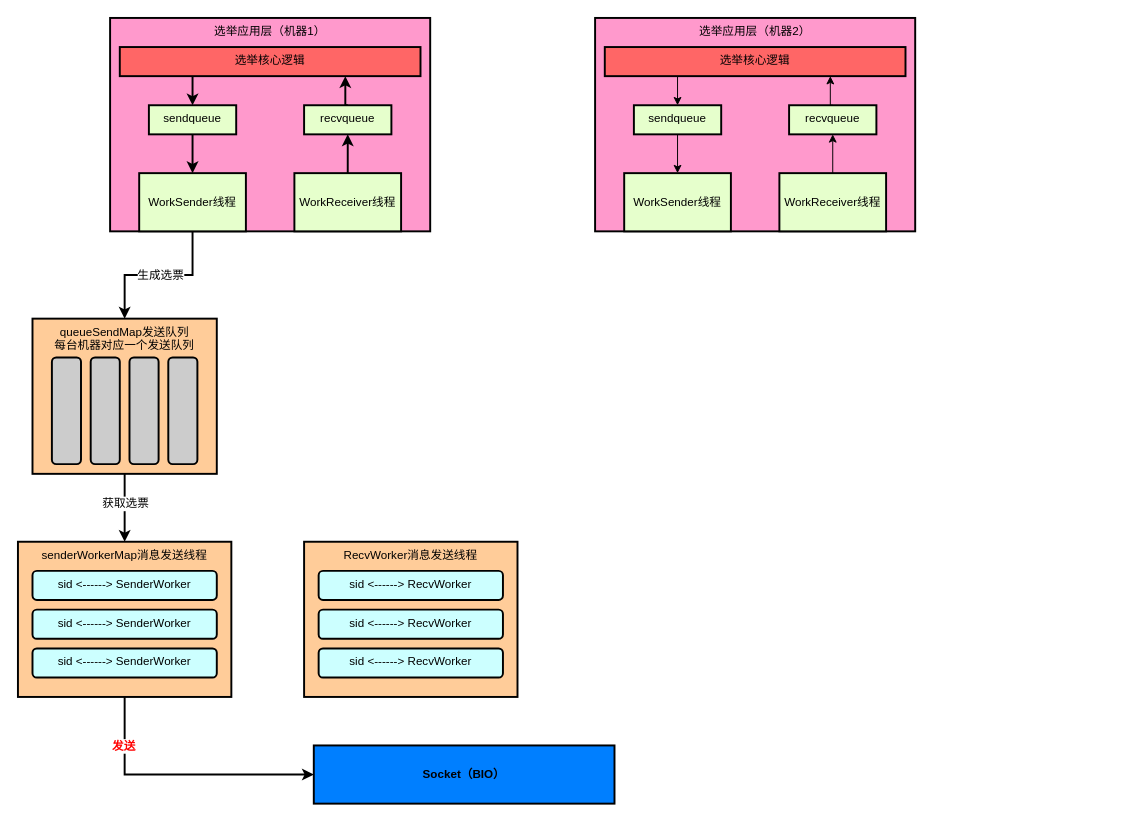
Before: page "leader选举多层队列架构" (2 of 2) of zookeeper/Zookeeper.drawio in LiHuiBin1995/study-java, a draw.io diagram. Source tidied: cells renumbered, new cells numbered last; positions are measured from the earlier drawing's top-left corner, leaving out a move shared by most shapes. Both pictures are drawn from the tidied source at 97%, with x=0, y=0 at pixel (17, 17).
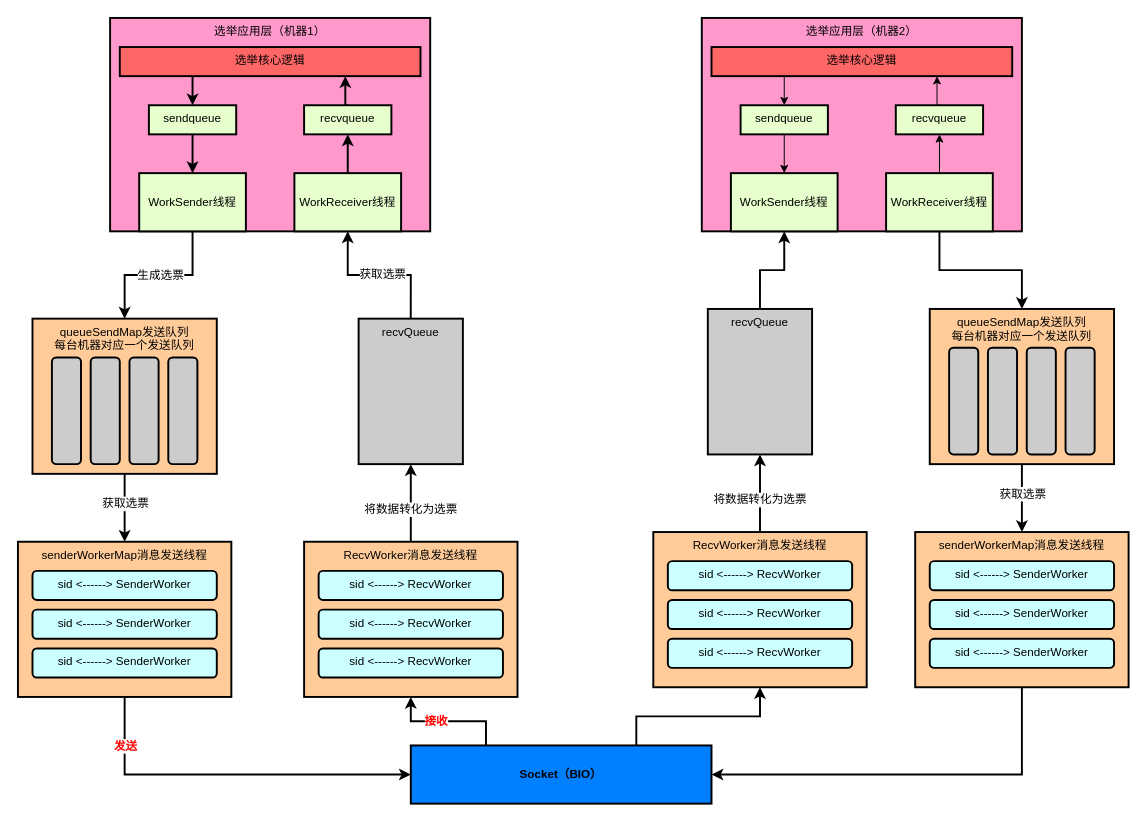
Above is the later version.

The change refers to these unchanged cells:
```xml
<mxCell id="13" value="WorkReceiver线程" style="rounded=0;whiteSpace=wrap;html=1;fontSize=12;strokeWidth=2;fillColor=#E6FFCC;align=center;verticalAlign=middle;" parent="1" vertex="1">
  <mxGeometry x="285" y="160" width="110" height="60" as="geometry" />
</mxCell>
<mxCell id="31" style="edgeStyle=orthogonalEdgeStyle;rounded=0;jettySize=auto;html=1;exitX=0.5;exitY=1;exitDx=0;exitDy=0;entryX=0;entryY=0.5;entryDx=0;entryDy=0;fontSize=12;strokeWidth=2;" parent="1" edge="1" source="33" target="37">
  <mxGeometry relative="1" as="geometry" />
</mxCell>
<mxCell id="38" value="RecvWorker消息发送线程" style="rounded=0;whiteSpace=wrap;html=1;fontSize=12;strokeWidth=2;fillColor=#FFCC99;align=center;verticalAlign=top;" parent="1" vertex="1">
  <mxGeometry x="295" y="540" width="220" height="160" as="geometry" />
</mxCell>
```

Diff of the diagram source:
```diff
@@
     <mxCell id="14" value="选举应用层（机器2）" style="rounded=0;whiteSpace=wrap;html=1;fontSize=12;align=center;verticalAlign=top;fillColor=#FF99CC;strokeWidth=2;" parent="1" vertex="1">
-      <mxGeometry x="595" width="330" height="220" as="geometry" />
+      <mxGeometry x="705" width="330" height="220" as="geometry" />
     </mxCell>
@@
     <mxCell id="16" value="选举核心逻辑" style="rounded=0;whiteSpace=wrap;html=1;fontSize=12;strokeWidth=2;fillColor=#FF6666;align=center;verticalAlign=top;" parent="1" vertex="1">
-      <mxGeometry x="605" y="30" width="310" height="30" as="geometry" />
+      <mxGeometry x="715" y="30" width="310" height="30" as="geometry" />
     </mxCell>
@@
     <mxCell id="18" value="sendqueue" style="rounded=0;whiteSpace=wrap;html=1;fontSize=12;strokeWidth=2;fillColor=#E6FFCC;align=center;verticalAlign=top;" parent="1" vertex="1">
-      <mxGeometry x="635" y="90" width="90" height="30" as="geometry" />
+      <mxGeometry x="745" y="90" width="90" height="30" as="geometry" />
     </mxCell>
@@
     <mxCell id="20" value="recvqueue" style="rounded=0;whiteSpace=wrap;html=1;fontSize=12;strokeWidth=2;fillColor=#E6FFCC;align=center;verticalAlign=top;" parent="1" vertex="1">
-      <mxGeometry x="795" y="90" width="90" height="30" as="geometry" />
+      <mxGeometry x="905" y="90" width="90" height="30" as="geometry" />
     </mxCell>
     <mxCell id="21" value="WorkSender线程" style="rounded=0;whiteSpace=wrap;html=1;fontSize=12;strokeWidth=2;fillColor=#E6FFCC;align=center;verticalAlign=middle;" parent="1" vertex="1">
-      <mxGeometry x="625" y="160" width="110" height="60" as="geometry" />
+      <mxGeometry x="735" y="160" width="110" height="60" as="geometry" />
     </mxCell>
@@
+    <mxCell id="42" style="edgeStyle=orthogonalEdgeStyle;rounded=0;jettySize=auto;html=1;exitX=0.5;exitY=1;exitDx=0;exitDy=0;entryX=0.5;entryY=0;entryDx=0;entryDy=0;fontSize=12;fontColor=#000000;strokeWidth=2;" parent="1" edge="1" source="23" target="53">
+      <mxGeometry relative="1" as="geometry" />
+    </mxCell>
     <mxCell id="23" value="WorkReceiver线程" style="rounded=0;whiteSpace=wrap;html=1;fontSize=12;strokeWidth=2;fillColor=#E6FFCC;align=center;verticalAlign=middle;" parent="1" vertex="1">
-      <mxGeometry x="785" y="160" width="110" height="60" as="geometry" />
+      <mxGeometry x="895" y="160" width="110" height="60" as="geometry" />
     </mxCell>
@@
     <mxCell id="32" value="发送" style="edgeLabel;html=1;align=center;verticalAlign=middle;fontSize=12;fontColor=#FF0000;fontStyle=1;" parent="31" vertex="1">
-      <mxGeometry x="-0.64" y="-2" relative="1" as="geometry" />
+      <mxGeometry x="-0.64" y="-2" relative="1" as="geometry">
+        <mxPoint x="2" y="-18" as="offset" />
+      </mxGeometry>
     </mxCell>
@@
+    <mxCell id="43" style="edgeStyle=orthogonalEdgeStyle;rounded=0;jettySize=auto;html=1;exitX=0.25;exitY=0;exitDx=0;exitDy=0;entryX=0.5;entryY=1;entryDx=0;entryDy=0;fontSize=12;fontColor=#FF0000;strokeWidth=2;" parent="1" edge="1" source="37" target="38">
+      <mxGeometry relative="1" as="geometry" />
+    </mxCell>
+    <mxCell id="44" value="接收" style="edgeLabel;html=1;align=center;verticalAlign=middle;fontSize=12;fontColor=#FF0000;fontStyle=1;" parent="43" vertex="1">
+      <mxGeometry x="0.2" y="-1" relative="1" as="geometry" />
+    </mxCell>
+    <mxCell id="45" style="edgeStyle=orthogonalEdgeStyle;rounded=0;jettySize=auto;html=1;exitX=0.75;exitY=0;exitDx=0;exitDy=0;entryX=0.5;entryY=1;entryDx=0;entryDy=0;fontSize=12;fontColor=#000000;strokeWidth=2;" parent="1" edge="1" source="37" target="65">
+      <mxGeometry relative="1" as="geometry" />
+    </mxCell>
     <mxCell id="37" value="&lt;b&gt;Socket（BIO）&lt;/b&gt;" style="rounded=0;whiteSpace=wrap;html=1;fontSize=12;strokeWidth=2;fillColor=#007FFF;align=center;verticalAlign=middle;fontStyle=0;" parent="1" vertex="1">
-      <mxGeometry x="305" y="750" width="310" height="60" as="geometry" />
+      <mxGeometry x="405" y="750" width="310" height="60" as="geometry" />
     </mxCell>
+    <mxCell id="46" style="edgeStyle=orthogonalEdgeStyle;rounded=0;jettySize=auto;html=1;fontSize=12;fontColor=#FF0000;strokeWidth=2;" parent="1" edge="1" source="38" target="50">
+      <mxGeometry relative="1" as="geometry" />
+    </mxCell>
+    <mxCell id="47" value="将数据转化为选票" style="edgeLabel;html=1;align=center;verticalAlign=middle;fontSize=12;fontColor=#000000;" parent="46" vertex="1">
+      <mxGeometry x="-0.15" y="1" relative="1" as="geometry" />
+    </mxCell>
@@
+    <mxCell id="48" style="edgeStyle=orthogonalEdgeStyle;rounded=0;jettySize=auto;html=1;exitX=0.5;exitY=0;exitDx=0;exitDy=0;entryX=0.5;entryY=1;entryDx=0;entryDy=0;fontSize=12;fontColor=#000000;strokeWidth=2;" parent="1" edge="1" source="50" target="13">
+      <mxGeometry relative="1" as="geometry" />
+    </mxCell>
+    <mxCell id="49" value="获取选票" style="edgeLabel;html=1;align=center;verticalAlign=middle;fontSize=12;fontColor=#000000;" parent="48" vertex="1">
+      <mxGeometry x="0.08" y="-1" relative="1" as="geometry">
+        <mxPoint x="9" as="offset" />
+      </mxGeometry>
+    </mxCell>
+    <mxCell id="50" value="recvQueue" style="rounded=0;whiteSpace=wrap;html=1;fontSize=12;strokeWidth=2;fillColor=#CCCCCC;align=center;verticalAlign=top;" parent="1" vertex="1">
+      <mxGeometry x="351.2" y="310" width="107.5" height="150" as="geometry" />
+    </mxCell>
+    <mxCell id="51" style="edgeStyle=orthogonalEdgeStyle;rounded=0;jettySize=auto;html=1;fontSize=12;strokeWidth=2;" parent="1" edge="1" source="53" target="59">
+      <mxGeometry relative="1" as="geometry" />
+    </mxCell>
+    <mxCell id="52" value="获取选票" style="edgeLabel;html=1;align=center;verticalAlign=middle;fontSize=12;" parent="51" vertex="1">
+      <mxGeometry x="-0.14" relative="1" as="geometry" />
+    </mxCell>
+    <mxCell id="53" value="queueSendMap发送队列&lt;br&gt;每台机器对应一个发送队列" style="rounded=0;whiteSpace=wrap;html=1;fontSize=12;strokeWidth=2;fillColor=#FFCC99;align=center;verticalAlign=top;" parent="1" vertex="1">
+      <mxGeometry x="940" y="300" width="190" height="160" as="geometry" />
+    </mxCell>
+    <mxCell id="54" style="rounded=1;whiteSpace=wrap;html=1;fontSize=12;strokeWidth=2;fillColor=#CCCCCC;align=center;verticalAlign=top;" parent="1" vertex="1">
+      <mxGeometry x="960" y="340" width="30" height="110" as="geometry" />
+    </mxCell>
+    <mxCell id="55" style="rounded=1;whiteSpace=wrap;html=1;fontSize=12;strokeWidth=2;fillColor=#CCCCCC;align=center;verticalAlign=top;" parent="1" vertex="1">
+      <mxGeometry x="1000" y="340" width="30" height="110" as="geometry" />
+    </mxCell>
+    <mxCell id="56" style="rounded=1;whiteSpace=wrap;html=1;fontSize=12;strokeWidth=2;fillColor=#CCCCCC;align=center;verticalAlign=top;" parent="1" vertex="1">
+      <mxGeometry x="1040" y="340" width="30" height="110" as="geometry" />
+    </mxCell>
+    <mxCell id="57" style="rounded=1;whiteSpace=wrap;html=1;fontSize=12;strokeWidth=2;fillColor=#CCCCCC;align=center;verticalAlign=top;" parent="1" vertex="1">
+      <mxGeometry x="1080" y="340" width="30" height="110" as="geometry" />
+    </mxCell>
+    <mxCell id="58" style="edgeStyle=orthogonalEdgeStyle;rounded=0;jettySize=auto;html=1;exitX=0.5;exitY=1;exitDx=0;exitDy=0;entryX=1;entryY=0.5;entryDx=0;entryDy=0;fontSize=12;fontColor=#000000;strokeWidth=2;" parent="1" edge="1" source="59" target="37">
+      <mxGeometry relative="1" as="geometry" />
+    </mxCell>
+    <mxCell id="59" value="senderWorkerMap消息发送线程" style="rounded=0;whiteSpace=wrap;html=1;fontSize=12;strokeWidth=2;fillColor=#FFCC99;align=center;verticalAlign=top;" parent="1" vertex="1">
+      <mxGeometry x="925" y="530" width="220" height="160" as="geometry" />
+    </mxCell>
+    <mxCell id="60" value="sid &amp;lt;------&amp;gt; SenderWorker" style="rounded=1;whiteSpace=wrap;html=1;fontSize=12;strokeWidth=2;fillColor=#CCFFFF;align=center;verticalAlign=top;" parent="1" vertex="1">
+      <mxGeometry x="940" y="560" width="190" height="30" as="geometry" />
+    </mxCell>
+    <mxCell id="61" value="sid &amp;lt;------&amp;gt; SenderWorker" style="rounded=1;whiteSpace=wrap;html=1;fontSize=12;strokeWidth=2;fillColor=#CCFFFF;align=center;verticalAlign=top;" parent="1" vertex="1">
+      <mxGeometry x="940" y="600" width="190" height="30" as="geometry" />
+    </mxCell>
+    <mxCell id="62" value="sid &amp;lt;------&amp;gt; SenderWorker" style="rounded=1;whiteSpace=wrap;html=1;fontSize=12;strokeWidth=2;fillColor=#CCFFFF;align=center;verticalAlign=top;" parent="1" vertex="1">
+      <mxGeometry x="940" y="640" width="190" height="30" as="geometry" />
+    </mxCell>
+    <mxCell id="63" style="edgeStyle=orthogonalEdgeStyle;rounded=0;jettySize=auto;html=1;fontSize=12;fontColor=#FF0000;strokeWidth=2;" parent="1" edge="1" source="65" target="70">
+      <mxGeometry relative="1" as="geometry" />
+    </mxCell>
+    <mxCell id="64" value="将数据转化为选票" style="edgeLabel;html=1;align=center;verticalAlign=middle;fontSize=12;fontColor=#000000;" parent="63" vertex="1">
+      <mxGeometry x="-0.15" y="1" relative="1" as="geometry" />
+    </mxCell>
+    <mxCell id="65" value="RecvWorker消息发送线程" style="rounded=0;whiteSpace=wrap;html=1;fontSize=12;strokeWidth=2;fillColor=#FFCC99;align=center;verticalAlign=top;" parent="1" vertex="1">
+      <mxGeometry x="655" y="530" width="220" height="160" as="geometry" />
+    </mxCell>
+    <mxCell id="66" value="sid &amp;lt;------&amp;gt; RecvWorker" style="rounded=1;whiteSpace=wrap;html=1;fontSize=12;strokeWidth=2;fillColor=#CCFFFF;align=center;verticalAlign=top;" parent="1" vertex="1">
+      <mxGeometry x="670" y="560" width="190" height="30" as="geometry" />
+    </mxCell>
+    <mxCell id="67" value="sid &amp;lt;------&amp;gt; RecvWorker" style="rounded=1;whiteSpace=wrap;html=1;fontSize=12;strokeWidth=2;fillColor=#CCFFFF;align=center;verticalAlign=top;" parent="1" vertex="1">
+      <mxGeometry x="670" y="600" width="190" height="30" as="geometry" />
+    </mxCell>
+    <mxCell id="68" value="sid &amp;lt;------&amp;gt; RecvWorker" style="rounded=1;whiteSpace=wrap;html=1;fontSize=12;strokeWidth=2;fillColor=#CCFFFF;align=center;verticalAlign=top;" parent="1" vertex="1">
+      <mxGeometry x="670" y="640" width="190" height="30" as="geometry" />
+    </mxCell>
+    <mxCell id="69" style="edgeStyle=orthogonalEdgeStyle;rounded=0;jettySize=auto;html=1;exitX=0.5;exitY=0;exitDx=0;exitDy=0;entryX=0.5;entryY=1;entryDx=0;entryDy=0;fontSize=12;fontColor=#000000;strokeWidth=2;" parent="1" edge="1" source="70" target="21">
+      <mxGeometry relative="1" as="geometry" />
+    </mxCell>
+    <mxCell id="70" value="recvQueue" style="rounded=0;whiteSpace=wrap;html=1;fontSize=12;strokeWidth=2;fillColor=#CCCCCC;align=center;verticalAlign=top;" parent="1" vertex="1">
+      <mxGeometry x="711.2" y="300" width="107.5" height="150" as="geometry" />
+    </mxCell>
```
